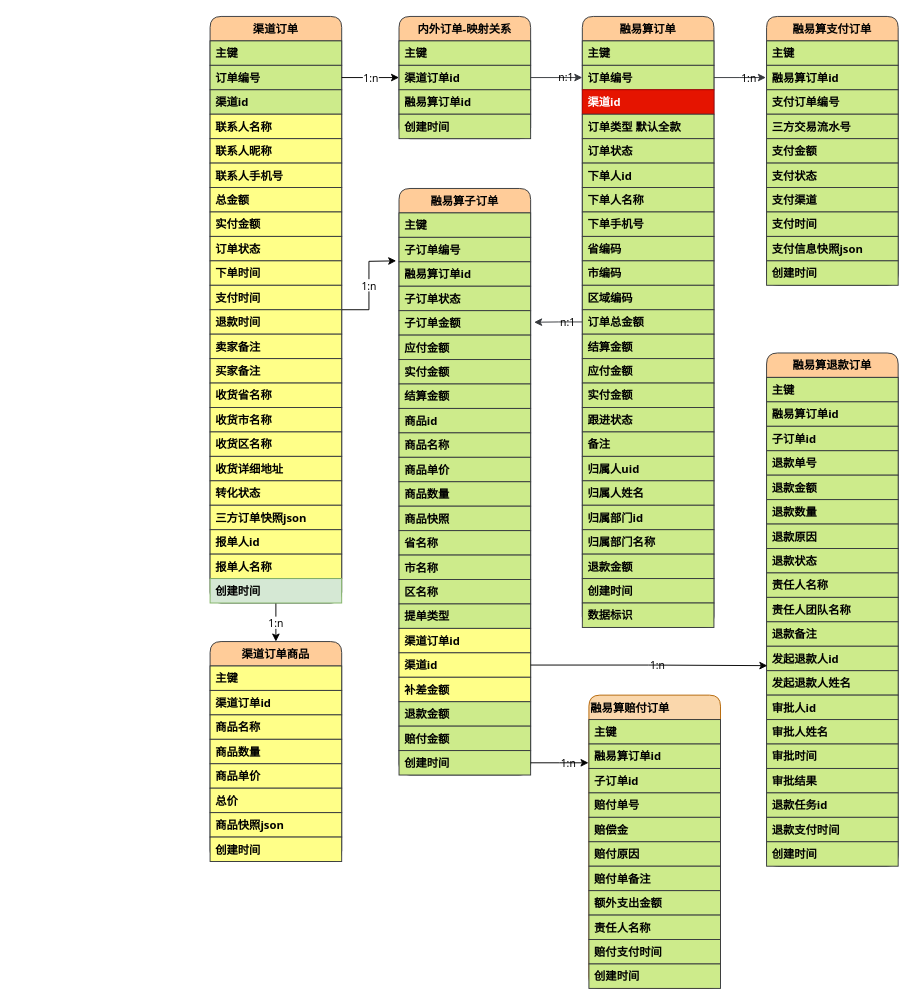
zhaoershuang/flow-chart keeps this draw.io diagram as 渠道订单DB.drawio. Above is the earlier version. Source tidied: cells renumbered, new cells numbered last; positions are measured from the earlier drawing's top-left corner, leaving out a move shared by most shapes. Both pictures are drawn from the tidied source at 94%, with x=0, y=0 at pixel (210, 16).
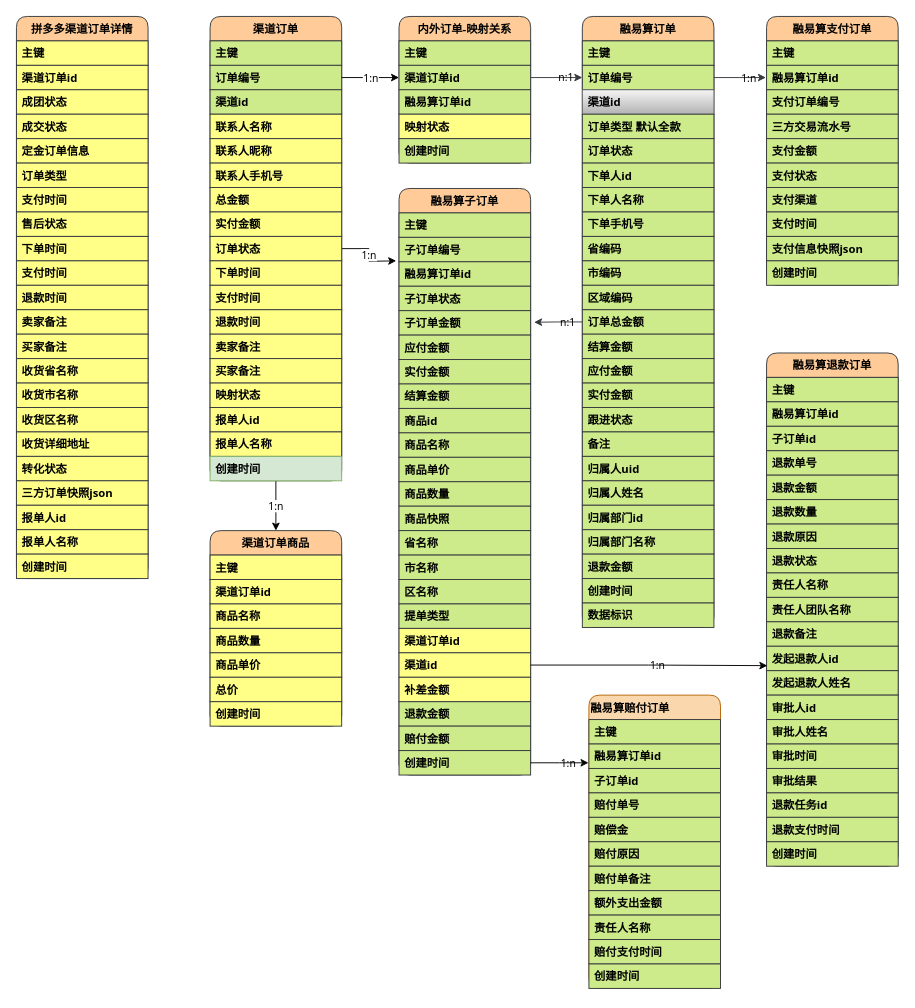
Above is the later version.

Commit message:
更新渠道订单DB.drawio

Unchanged cells that the change refers to:
```xml
<mxCell id="44" value="融易算订单" style="swimlane;fontStyle=1;horizontal=1;startSize=26;rounded=1;sketch=0;swimlaneFillColor=none;fontFamily=Tahoma;fillColor=#ffcc99;strokeColor=#36393d;align=center;labelBackgroundColor=none;labelBorderColor=none;shadow=0;" parent="1" vertex="1">
  <mxGeometry x="396" width="140" height="650" as="geometry" />
</mxCell>
```

Change to the diagram source:
```diff
@@
     <mxCell id="4" value="渠道订单" style="swimlane;fontStyle=1;horizontal=1;startSize=26;rounded=1;sketch=0;swimlaneFillColor=none;fontFamily=Tahoma;fillColor=#ffcc99;strokeColor=#36393d;" parent="1" vertex="1">
-      <mxGeometry width="140" height="624" as="geometry" />
+      <mxGeometry width="140" height="494" as="geometry" />
     </mxCell>
@@
-    <mxCell id="19" value="收货省名称" style="text;align=left;verticalAlign=top;spacingLeft=4;spacingRight=4;overflow=hidden;fontStyle=1;fontFamily=Tahoma;fillColor=#ffff88;strokeColor=#36393d;" parent="4" vertex="1">
-      <mxGeometry y="390" width="140" height="26" as="geometry" />
-    </mxCell>
-    <mxCell id="20" value="收货市名称" style="text;align=left;verticalAlign=top;spacingLeft=4;spacingRight=4;overflow=hidden;fontStyle=1;fontFamily=Tahoma;fillColor=#ffff88;strokeColor=#36393d;" parent="4" vertex="1">
-      <mxGeometry y="416" width="140" height="26" as="geometry" />
-    </mxCell>
-    <mxCell id="21" value="收货区名称" style="text;align=left;verticalAlign=top;spacingLeft=4;spacingRight=4;overflow=hidden;fontStyle=1;fontFamily=Tahoma;fillColor=#ffff88;strokeColor=#36393d;" parent="4" vertex="1">
-      <mxGeometry y="442" width="140" height="26" as="geometry" />
-    </mxCell>
-    <mxCell id="22" value="收货详细地址" style="text;align=left;verticalAlign=top;spacingLeft=4;spacingRight=4;overflow=hidden;fontStyle=1;fontFamily=Tahoma;fillColor=#ffff88;strokeColor=#36393d;" parent="4" vertex="1">
-      <mxGeometry y="468" width="140" height="26" as="geometry" />
-    </mxCell>
-    <mxCell id="23" value="转化状态" style="text;align=left;verticalAlign=top;spacingLeft=4;spacingRight=4;overflow=hidden;fontStyle=1;fontFamily=Tahoma;fillColor=#ffff88;strokeColor=#36393d;" parent="4" vertex="1">
-      <mxGeometry y="494" width="140" height="26" as="geometry" />
+    <mxCell id="23" value="映射状态" style="text;align=left;verticalAlign=top;spacingLeft=4;spacingRight=4;overflow=hidden;fontStyle=1;fontFamily=Tahoma;fillColor=#ffff88;strokeColor=#36393d;" parent="4" vertex="1">
+      <mxGeometry y="390" width="140" height="26" as="geometry" />
     </mxCell>
-    <mxCell id="24" value="三方订单快照json" style="text;align=left;verticalAlign=top;spacingLeft=4;spacingRight=4;overflow=hidden;fontStyle=1;fontFamily=Tahoma;fillColor=#ffff88;strokeColor=#36393d;" parent="4" vertex="1">
-      <mxGeometry y="520" width="140" height="26" as="geometry" />
-    </mxCell>
     <mxCell id="25" value="报单人id" style="text;align=left;verticalAlign=top;spacingLeft=4;spacingRight=4;overflow=hidden;fontStyle=1;fontFamily=Tahoma;fillColor=#ffff88;strokeColor=#36393d;" parent="4" vertex="1">
-      <mxGeometry y="546" width="140" height="26" as="geometry" />
+      <mxGeometry y="416" width="140" height="26" as="geometry" />
     </mxCell>
     <mxCell id="26" value="报单人名称" style="text;align=left;verticalAlign=top;spacingLeft=4;spacingRight=4;overflow=hidden;fontStyle=1;fontFamily=Tahoma;fillColor=#ffff88;strokeColor=#36393d;" parent="4" vertex="1">
-      <mxGeometry y="572" width="140" height="26" as="geometry" />
+      <mxGeometry y="442" width="140" height="26" as="geometry" />
     </mxCell>
     <mxCell id="27" value="创建时间" style="text;align=left;verticalAlign=top;spacingLeft=4;spacingRight=4;overflow=hidden;fontStyle=1;fontFamily=Tahoma;fillColor=#d5e8d4;strokeColor=#82b366;" parent="4" vertex="1">
-      <mxGeometry y="598" width="140" height="26" as="geometry" />
+      <mxGeometry y="468" width="140" height="26" as="geometry" />
     </mxCell>
     <mxCell id="28" value="渠道订单商品" style="swimlane;fontStyle=1;horizontal=1;startSize=26;rounded=1;fontFamily=Tahoma;fillColor=#ffcc99;strokeColor=#36393d;" parent="1" vertex="1">
-      <mxGeometry y="665" width="140" height="234" as="geometry" />
+      <mxGeometry y="547" width="140" height="208" as="geometry" />
     </mxCell>
@@
-    <mxCell id="35" value="商品快照json" style="text;align=left;verticalAlign=top;spacingLeft=4;spacingRight=4;overflow=hidden;fontStyle=1;fontFamily=Tahoma;fillColor=#ffff88;strokeColor=#36393d;" parent="28" vertex="1">
-      <mxGeometry y="182" width="140" height="26" as="geometry" />
-    </mxCell>
     <mxCell id="36" value="创建时间" style="text;align=left;verticalAlign=top;spacingLeft=4;spacingRight=4;overflow=hidden;fontStyle=1;fontFamily=Tahoma;fillColor=#ffff88;strokeColor=#36393d;" parent="28" vertex="1">
-      <mxGeometry y="208" width="140" height="26" as="geometry" />
+      <mxGeometry y="182" width="140" height="26" as="geometry" />
     </mxCell>
     <mxCell id="37" value="内外订单-映射关系" style="swimlane;fontStyle=1;horizontal=1;startSize=26;rounded=1;fontFamily=Tahoma;fillColor=#ffcc99;strokeColor=#36393d;align=center;labelBackgroundColor=none;labelBorderColor=none;shadow=0;" parent="1" vertex="1">
-      <mxGeometry x="201" width="140" height="130" as="geometry" />
+      <mxGeometry x="201" width="140" height="156" as="geometry" />
     </mxCell>
@@
+    <mxCell id="141" value="映射状态" style="text;align=left;verticalAlign=top;spacingLeft=4;spacingRight=4;overflow=hidden;fontStyle=1;fontFamily=Tahoma;fillColor=#ffff88;strokeColor=#36393d;labelBackgroundColor=none;labelBorderColor=none;shadow=0;" parent="37" vertex="1">
+      <mxGeometry y="104" width="140" height="26" as="geometry" />
+    </mxCell>
     <mxCell id="41" value="创建时间" style="text;align=left;verticalAlign=top;spacingLeft=4;spacingRight=4;overflow=hidden;fontStyle=1;fontFamily=Tahoma;fillColor=#cdeb8b;strokeColor=#36393d;labelBackgroundColor=none;labelBorderColor=none;shadow=0;" parent="37" vertex="1">
-      <mxGeometry y="104" width="140" height="26" as="geometry" />
+      <mxGeometry y="130" width="140" height="26" as="geometry" />
     </mxCell>
@@
-    <mxCell id="47" value="渠道id" style="text;align=left;verticalAlign=top;spacingLeft=4;spacingRight=4;overflow=hidden;fontStyle=1;fontFamily=Tahoma;fillColor=#e51400;strokeColor=#B20000;labelBackgroundColor=none;labelBorderColor=none;shadow=0;fontColor=#ffffff;" parent="44" vertex="1">
+    <mxCell id="47" value="渠道id" style="text;align=left;verticalAlign=top;spacingLeft=4;spacingRight=4;overflow=hidden;fontStyle=1;fontFamily=Tahoma;fillColor=#f5f5f5;strokeColor=#666666;labelBackgroundColor=none;labelBorderColor=none;shadow=0;gradientColor=#b3b3b3;" parent="44" vertex="1">
       <mxGeometry y="78" width="140" height="26" as="geometry" />
     </mxCell>
@@
+    <mxCell id="142" value="拼多多渠道订单详情" style="swimlane;fontStyle=1;horizontal=1;startSize=26;rounded=1;sketch=0;swimlaneFillColor=none;fontFamily=Tahoma;fillColor=#ffcc99;strokeColor=#36393d;" parent="1" vertex="1">
+      <mxGeometry x="-206" width="140" height="598" as="geometry" />
+    </mxCell>
+    <mxCell id="143" value="主键" style="text;align=left;verticalAlign=top;spacingLeft=4;spacingRight=4;overflow=hidden;fontStyle=1;fontFamily=Tahoma;fillColor=#ffff88;strokeColor=#36393d;" parent="142" vertex="1">
+      <mxGeometry y="26" width="140" height="26" as="geometry" />
+    </mxCell>
+    <mxCell id="144" value="渠道订单id" style="text;align=left;verticalAlign=top;spacingLeft=4;spacingRight=4;overflow=hidden;fontStyle=1;fontFamily=Tahoma;fillColor=#ffff88;strokeColor=#36393d;" parent="142" vertex="1">
+      <mxGeometry y="52" width="140" height="26" as="geometry" />
+    </mxCell>
+    <mxCell id="145" value="成团状态" style="text;align=left;verticalAlign=top;spacingLeft=4;spacingRight=4;overflow=hidden;fontStyle=1;fontFamily=Tahoma;fillColor=#ffff88;strokeColor=#36393d;" parent="142" vertex="1">
+      <mxGeometry y="78" width="140" height="26" as="geometry" />
+    </mxCell>
+    <mxCell id="146" value="成交状态" style="text;align=left;verticalAlign=top;spacingLeft=4;spacingRight=4;overflow=hidden;fontStyle=1;fontFamily=Tahoma;fillColor=#ffff88;strokeColor=#36393d;" parent="142" vertex="1">
+      <mxGeometry y="104" width="140" height="26" as="geometry" />
+    </mxCell>
+    <mxCell id="147" value="定金订单信息" style="text;align=left;verticalAlign=top;spacingLeft=4;spacingRight=4;overflow=hidden;fontStyle=1;fontFamily=Tahoma;fillColor=#ffff88;strokeColor=#36393d;" parent="142" vertex="1">
+      <mxGeometry y="130" width="140" height="26" as="geometry" />
+    </mxCell>
+    <mxCell id="148" value="订单类型" style="text;align=left;verticalAlign=top;spacingLeft=4;spacingRight=4;overflow=hidden;fontStyle=1;fontFamily=Tahoma;fillColor=#ffff88;strokeColor=#36393d;" parent="142" vertex="1">
+      <mxGeometry y="156" width="140" height="26" as="geometry" />
+    </mxCell>
+    <mxCell id="149" value="支付时间" style="text;align=left;verticalAlign=top;spacingLeft=4;spacingRight=4;overflow=hidden;fontStyle=1;fontFamily=Tahoma;fillColor=#ffff88;strokeColor=#36393d;" parent="142" vertex="1">
+      <mxGeometry y="182" width="140" height="26" as="geometry" />
+    </mxCell>
+    <mxCell id="150" value="售后状态" style="text;align=left;verticalAlign=top;spacingLeft=4;spacingRight=4;overflow=hidden;fontStyle=1;fontFamily=Tahoma;fillColor=#ffff88;strokeColor=#36393d;" parent="142" vertex="1">
+      <mxGeometry y="208" width="140" height="26" as="geometry" />
+    </mxCell>
+    <mxCell id="151" value="下单时间" style="text;align=left;verticalAlign=top;spacingLeft=4;spacingRight=4;overflow=hidden;fontStyle=1;fontFamily=Tahoma;fillColor=#ffff88;strokeColor=#36393d;" parent="142" vertex="1">
+      <mxGeometry y="234" width="140" height="26" as="geometry" />
+    </mxCell>
+    <mxCell id="152" value="支付时间" style="text;align=left;verticalAlign=top;spacingLeft=4;spacingRight=4;overflow=hidden;fontStyle=1;fontFamily=Tahoma;fillColor=#ffff88;strokeColor=#36393d;" parent="142" vertex="1">
+      <mxGeometry y="260" width="140" height="26" as="geometry" />
+    </mxCell>
+    <mxCell id="153" value="退款时间" style="text;align=left;verticalAlign=top;spacingLeft=4;spacingRight=4;overflow=hidden;fontStyle=1;fontFamily=Tahoma;fillColor=#ffff88;strokeColor=#36393d;" parent="142" vertex="1">
+      <mxGeometry y="286" width="140" height="26" as="geometry" />
+    </mxCell>
+    <mxCell id="154" value="卖家备注" style="text;align=left;verticalAlign=top;spacingLeft=4;spacingRight=4;overflow=hidden;fontStyle=1;fontFamily=Tahoma;fillColor=#ffff88;strokeColor=#36393d;" parent="142" vertex="1">
+      <mxGeometry y="312" width="140" height="26" as="geometry" />
+    </mxCell>
+    <mxCell id="155" value="买家备注" style="text;align=left;verticalAlign=top;spacingLeft=4;spacingRight=4;overflow=hidden;fontStyle=1;fontFamily=Tahoma;fillColor=#ffff88;strokeColor=#36393d;" parent="142" vertex="1">
+      <mxGeometry y="338" width="140" height="26" as="geometry" />
+    </mxCell>
+    <mxCell id="19" value="收货省名称" style="text;align=left;verticalAlign=top;spacingLeft=4;spacingRight=4;overflow=hidden;fontStyle=1;fontFamily=Tahoma;fillColor=#ffff88;strokeColor=#36393d;" parent="142" vertex="1">
+      <mxGeometry y="364" width="140" height="26" as="geometry" />
+    </mxCell>
+    <mxCell id="20" value="收货市名称" style="text;align=left;verticalAlign=top;spacingLeft=4;spacingRight=4;overflow=hidden;fontStyle=1;fontFamily=Tahoma;fillColor=#ffff88;strokeColor=#36393d;" parent="142" vertex="1">
+      <mxGeometry y="390" width="140" height="26" as="geometry" />
+    </mxCell>
+    <mxCell id="21" value="收货区名称" style="text;align=left;verticalAlign=top;spacingLeft=4;spacingRight=4;overflow=hidden;fontStyle=1;fontFamily=Tahoma;fillColor=#ffff88;strokeColor=#36393d;" parent="142" vertex="1">
+      <mxGeometry y="416" width="140" height="26" as="geometry" />
+    </mxCell>
+    <mxCell id="22" value="收货详细地址" style="text;align=left;verticalAlign=top;spacingLeft=4;spacingRight=4;overflow=hidden;fontStyle=1;fontFamily=Tahoma;fillColor=#ffff88;strokeColor=#36393d;" parent="142" vertex="1">
+      <mxGeometry y="442" width="140" height="26" as="geometry" />
+    </mxCell>
+    <mxCell id="156" value="转化状态" style="text;align=left;verticalAlign=top;spacingLeft=4;spacingRight=4;overflow=hidden;fontStyle=1;fontFamily=Tahoma;fillColor=#ffff88;strokeColor=#36393d;" parent="142" vertex="1">
+      <mxGeometry y="468" width="140" height="26" as="geometry" />
+    </mxCell>
+    <mxCell id="24" value="三方订单快照json" style="text;align=left;verticalAlign=top;spacingLeft=4;spacingRight=4;overflow=hidden;fontStyle=1;fontFamily=Tahoma;fillColor=#ffff88;strokeColor=#36393d;" parent="142" vertex="1">
+      <mxGeometry y="494" width="140" height="26" as="geometry" />
+    </mxCell>
+    <mxCell id="157" value="报单人id" style="text;align=left;verticalAlign=top;spacingLeft=4;spacingRight=4;overflow=hidden;fontStyle=1;fontFamily=Tahoma;fillColor=#ffff88;strokeColor=#36393d;" parent="142" vertex="1">
+      <mxGeometry y="520" width="140" height="26" as="geometry" />
+    </mxCell>
+    <mxCell id="158" value="报单人名称" style="text;align=left;verticalAlign=top;spacingLeft=4;spacingRight=4;overflow=hidden;fontStyle=1;fontFamily=Tahoma;fillColor=#ffff88;strokeColor=#36393d;" parent="142" vertex="1">
+      <mxGeometry y="546" width="140" height="26" as="geometry" />
+    </mxCell>
+    <mxCell id="159" value="创建时间" style="text;align=left;verticalAlign=top;spacingLeft=4;spacingRight=4;overflow=hidden;fontStyle=1;fontFamily=Tahoma;fillColor=#ffff88;strokeColor=#36393d;" parent="142" vertex="1">
+      <mxGeometry y="572" width="140" height="26" as="geometry" />
+    </mxCell>
```
